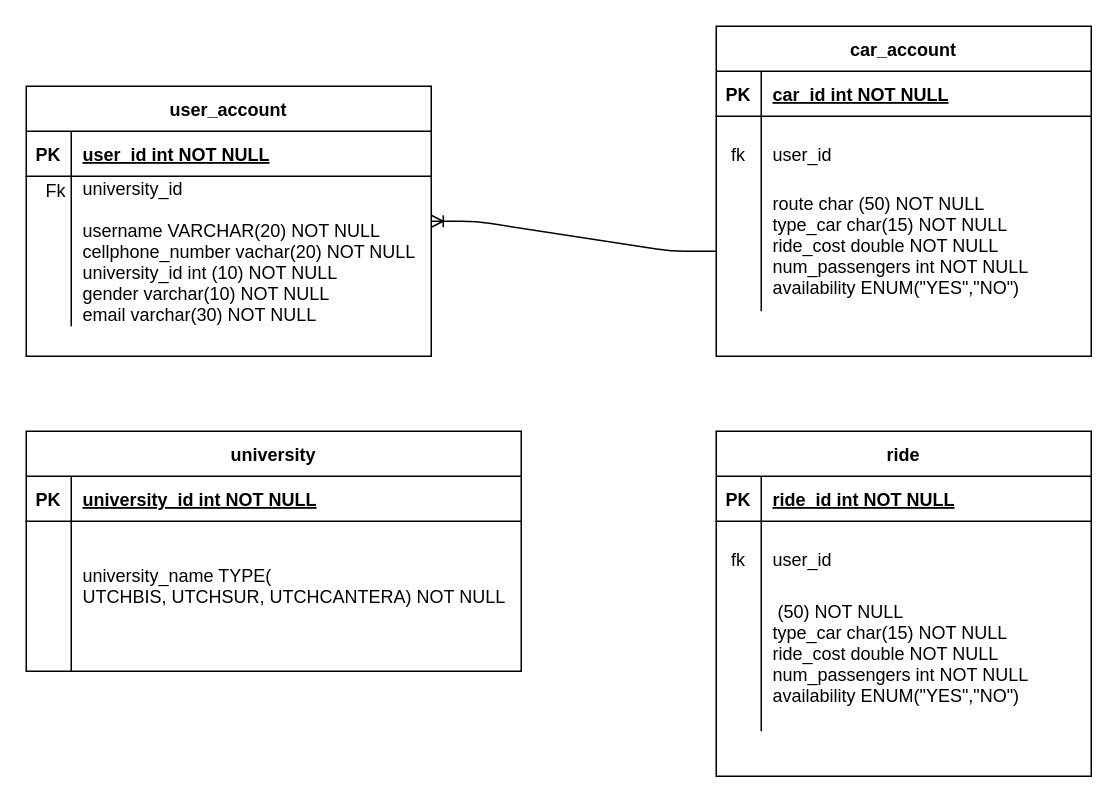
Earlier version of the draw.io diagram Untitled Diagram.drawio (garoga11/carpool-bis). Source tidied: cells renumbered, new cells numbered last; positions are measured from the earlier drawing's top-left corner, leaving out a move shared by most shapes. Both pictures are drawn from the tidied source at 150%, with x=0, y=0 at pixel (26, 26).
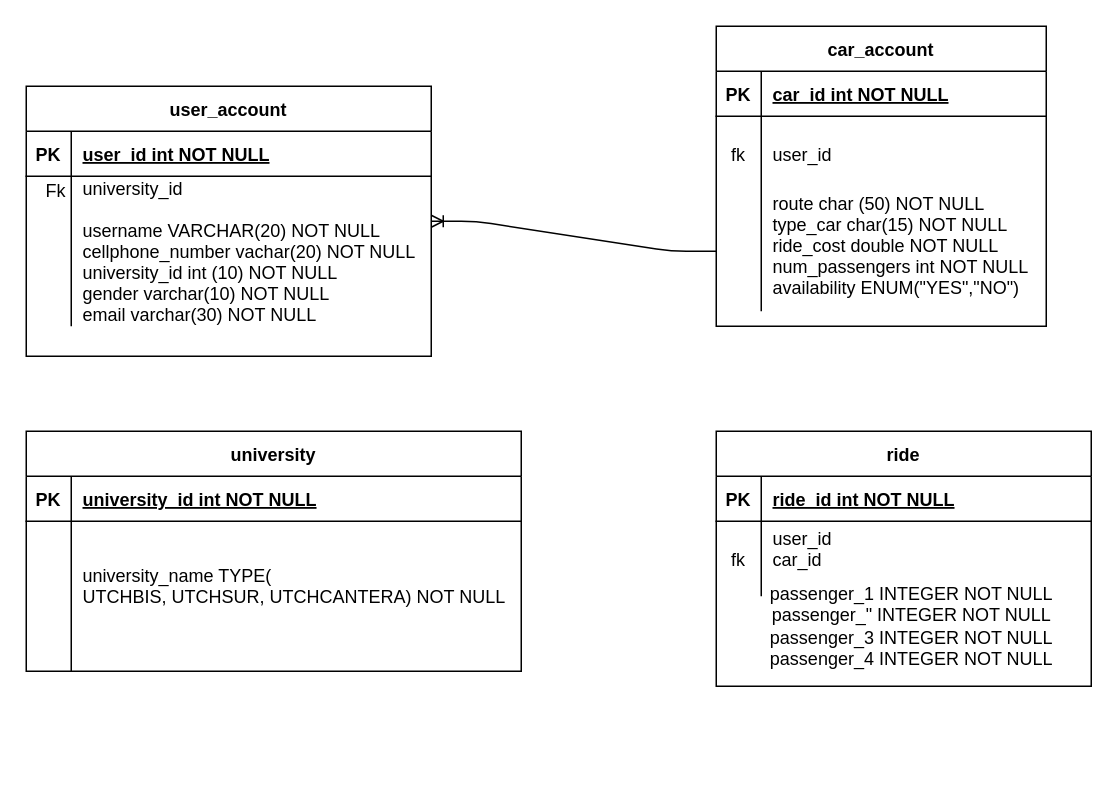
Above is the later version.

The change refers to these unchanged cells:
```xml
<mxCell id="31" style="shape=partialRectangle;fillColor=none;top=0;left=0;right=0;bottom=0;" parent="27" vertex="1">
  <mxGeometry y="60" width="250" height="50" as="geometry" />
</mxCell>
```

The edit, as a diff of the source:
```diff
@@
     <mxCell id="10" value="car_account" style="shape=table;startSize=30;childLayout=tableLayout;rowLines=0;fontStyle=1;align=center;" parent="1" vertex="1">
-      <mxGeometry x="460" width="250" height="220" as="geometry" />
+      <mxGeometry x="460" width="220" height="200" as="geometry" />
     </mxCell>
     <mxCell id="11" style="shape=partialRectangle;fillColor=none;top=0;left=0;right=0;bottom=1;" parent="10" vertex="1">
-      <mxGeometry y="30" width="250" height="30" as="geometry" />
+      <mxGeometry y="30" width="220" height="30" as="geometry" />
     </mxCell>
@@
     <mxCell id="13" value="car_id int NOT NULL " style="shape=partialRectangle;overflow=hidden;fillColor=none;top=0;left=0;bottom=0;right=0;align=left;spacingLeft=6;fontStyle=5;" parent="11" vertex="1">
-      <mxGeometry x="30" width="220" height="30" as="geometry" />
+      <mxGeometry x="30" width="190" height="30" as="geometry" />
     </mxCell>
     <mxCell id="14" style="shape=partialRectangle;fillColor=none;top=0;left=0;right=0;bottom=0;" parent="10" vertex="1">
-      <mxGeometry y="60" width="250" height="50" as="geometry" />
+      <mxGeometry y="60" width="220" height="50" as="geometry" />
     </mxCell>
@@
     <mxCell id="16" value="user_id" style="shape=partialRectangle;overflow=hidden;fillColor=none;top=0;left=0;bottom=0;right=0;align=left;spacingLeft=6;" parent="14" vertex="1">
-      <mxGeometry x="30" width="220" height="50" as="geometry" />
+      <mxGeometry x="30" width="190" height="50" as="geometry" />
     </mxCell>
     <mxCell id="17" style="shape=partialRectangle;fillColor=none;points=[[0,0.5],[1,0.5]];portConstraint=eastwest;top=0;left=0;right=0;bottom=0;" parent="10" vertex="1">
-      <mxGeometry y="110" width="250" height="80" as="geometry" />
+      <mxGeometry y="110" width="220" height="80" as="geometry" />
     </mxCell>
@@
     <mxCell id="19" value="route char (50) NOT NULL&#10;type_car char(15) NOT NULL&#10;ride_cost double NOT NULL&#10;num_passengers int NOT NULL&#10;availability ENUM(&quot;YES&quot;,&quot;NO&quot;)&#10;" style="shape=partialRectangle;overflow=hidden;fillColor=none;top=0;left=0;bottom=0;right=0;align=left;spacingLeft=6;" parent="17" vertex="1">
-      <mxGeometry x="30" width="220" height="80" as="geometry" />
+      <mxGeometry x="30" width="190" height="80" as="geometry" />
     </mxCell>
@@
     <mxCell id="27" value="ride" style="shape=table;startSize=30;childLayout=tableLayout;rowLines=0;fontStyle=1;align=center;" parent="1" vertex="1">
-      <mxGeometry x="460" y="270" width="250" height="230" as="geometry" />
+      <mxGeometry x="460" y="270" width="250" height="170" as="geometry" />
     </mxCell>
@@
-    <mxCell id="33" value="user_id" style="shape=partialRectangle;overflow=hidden;fillColor=none;top=0;left=0;bottom=0;right=0;align=left;spacingLeft=6;" parent="31" vertex="1">
+    <mxCell id="33" value="user_id&#10;car_id&#10;" style="shape=partialRectangle;overflow=hidden;fillColor=none;top=0;left=0;bottom=0;right=0;align=left;spacingLeft=6;" parent="31" vertex="1">
       <mxGeometry x="30" width="220" height="50" as="geometry" />
     </mxCell>
-    <mxCell id="34" style="shape=partialRectangle;fillColor=none;top=0;left=0;right=0;bottom=0;" parent="27" vertex="1">
-      <mxGeometry y="110" width="250" height="90" as="geometry" />
-    </mxCell>
-    <mxCell id="35" style="shape=partialRectangle;overflow=hidden;fillColor=none;top=0;left=0;bottom=0;right=0;" parent="34" vertex="1">
-      <mxGeometry width="30" height="90" as="geometry" />
-    </mxCell>
-    <mxCell id="36" value=" (50) NOT NULL&#10;type_car char(15) NOT NULL&#10;ride_cost double NOT NULL&#10;num_passengers int NOT NULL&#10;availability ENUM(&quot;YES&quot;,&quot;NO&quot;)&#10;" style="shape=partialRectangle;overflow=hidden;fillColor=none;top=0;left=0;bottom=0;right=0;align=left;spacingLeft=6;" parent="34" vertex="1">
-      <mxGeometry x="30" width="220" height="90" as="geometry" />
-    </mxCell>
@@
+    <mxCell id="38" value="&lt;div&gt;passenger_1 INTEGER NOT NULL&lt;/div&gt;&lt;div&gt;passenger_&quot; INTEGER NOT NULL&lt;/div&gt;&lt;div&gt;passenger_3 INTEGER NOT NULL&lt;/div&gt;&lt;div&gt;passenger_4 INTEGER NOT NULL&lt;br&gt;&lt;/div&gt;" style="text;html=1;align=center;verticalAlign=middle;" parent="1" vertex="1">
+      <mxGeometry x="490" y="370" width="200" height="60" as="geometry" />
+    </mxCell>
```
